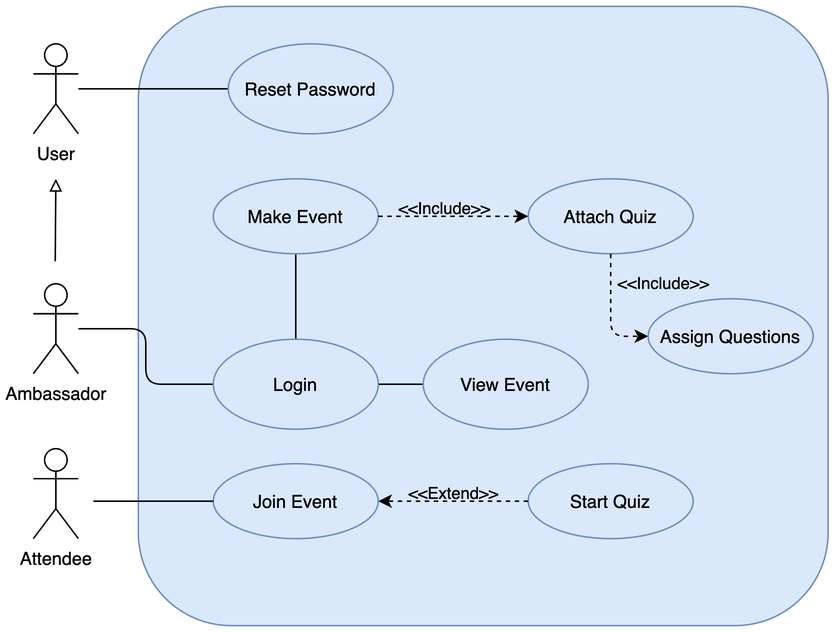
Above: ProjectDocuments/Use Case Diagram.png in revaturelabs/iRevatureQuizPro (draw.io), before the change. Source tidied: cells renumbered, new cells last; positions are measured from the earlier drawing's top-left corner, leaving out a move shared by most shapes. Its diagram source:
```xml
<mxGraphModel background="#ffffff">
  <root>
    <mxCell id="0" />
    <mxCell id="1" parent="0" />
    <mxCell id="2" style="edgeStyle=orthogonalEdgeStyle;rounded=0;orthogonalLoop=1;jettySize=auto;html=1;labelBackgroundColor=none;endArrow=block;endFill=0;" parent="1" edge="1">
      <mxGeometry relative="1" as="geometry">
        <mxPoint x="14.6" y="170" as="sourcePoint" />
        <mxPoint x="15" y="115" as="targetPoint" />
        <Array as="points">
          <mxPoint x="14.6" y="170" />
        </Array>
      </mxGeometry>
    </mxCell>
    <mxCell id="3" value="Ambassador" style="shape=umlActor;verticalLabelPosition=bottom;labelBackgroundColor=#ffffff;verticalAlign=top;html=1;outlineConnect=0;" parent="1" vertex="1">
      <mxGeometry y="185" width="30" height="60" as="geometry" />
    </mxCell>
    <mxCell id="4" style="rounded=1;whiteSpace=wrap;html=1;fillColor=#dae8fc;strokeColor=#6c8ebf;" parent="1" vertex="1">
      <mxGeometry x="70" width="460" height="413" as="geometry" />
    </mxCell>
    <mxCell id="5" style="edgeStyle=orthogonalEdgeStyle;rounded=0;jettySize=auto;html=1;exitX=0.5;exitY=0;exitDx=0;exitDy=0;labelBackgroundColor=none;endArrow=none;endFill=0;" parent="1" edge="1" source="8" target="9">
      <mxGeometry relative="1" as="geometry" />
    </mxCell>
    <mxCell id="6" style="edgeStyle=orthogonalEdgeStyle;rounded=0;jettySize=auto;html=1;labelBackgroundColor=none;endArrow=none;endFill=0;" parent="1" edge="1" source="8" target="21">
      <mxGeometry relative="1" as="geometry" />
    </mxCell>
    <mxCell id="7" style="edgeStyle=orthogonalEdgeStyle;rounded=1;jettySize=auto;html=1;exitX=0;exitY=0.5;exitDx=0;exitDy=0;labelBackgroundColor=none;endArrow=none;endFill=0;" parent="1" edge="1" source="8" target="3">
      <mxGeometry relative="1" as="geometry" />
    </mxCell>
    <mxCell id="8" value="Login" style="ellipse;whiteSpace=wrap;html=1;fillColor=#dae8fc;strokeColor=#6c8ebf;" parent="1" vertex="1">
      <mxGeometry x="120" y="222" width="110" height="60" as="geometry" />
    </mxCell>
    <mxCell id="9" value="Make Event" style="ellipse;whiteSpace=wrap;html=1;fillColor=#dae8fc;strokeColor=#6c8ebf;" parent="1" vertex="1">
      <mxGeometry x="120" y="115" width="110" height="50" as="geometry" />
    </mxCell>
    <mxCell id="10" value="Attach Quiz" style="ellipse;whiteSpace=wrap;html=1;fillColor=#dae8fc;strokeColor=#6c8ebf;" parent="1" vertex="1">
      <mxGeometry x="330" y="115" width="110" height="50" as="geometry" />
    </mxCell>
    <mxCell id="11" value="&amp;lt;&amp;lt;Include&amp;gt;&amp;gt;" style="endArrow=classic;html=1;entryX=0;entryY=0.5;entryDx=0;entryDy=0;dashed=1;labelBackgroundColor=none;" parent="1" edge="1" target="10">
      <mxGeometry x="-0.11" y="5" relative="1" as="geometry">
        <mxPoint x="230" y="140" as="sourcePoint" />
      </mxGeometry>
    </mxCell>
    <mxCell id="12" value="Start Quiz" style="ellipse;whiteSpace=wrap;html=1;fillColor=#dae8fc;strokeColor=#6c8ebf;" parent="1" vertex="1">
      <mxGeometry x="330" y="305" width="110" height="50" as="geometry" />
    </mxCell>
    <mxCell id="13" value="&amp;lt;&amp;lt;Extend&amp;gt;&amp;gt;" style="endArrow=classic;html=1;entryX=1;entryY=0.5;entryDx=0;entryDy=0;dashed=1;labelBackgroundColor=none;exitX=0;exitY=0.5;exitDx=0;exitDy=0;" parent="1" edge="1" source="12" target="14">
      <mxGeometry y="-5" relative="1" as="geometry" />
    </mxCell>
    <mxCell id="14" value="Join Event" style="ellipse;whiteSpace=wrap;html=1;fillColor=#dae8fc;strokeColor=#6c8ebf;" parent="1" vertex="1">
      <mxGeometry x="120" y="305" width="110" height="50" as="geometry" />
    </mxCell>
    <mxCell id="15" value="&amp;lt;&amp;lt;Include&amp;gt;&amp;gt;" style="endArrow=classic;html=1;dashed=1;labelBackgroundColor=none;exitX=0.5;exitY=1;exitDx=0;exitDy=0;entryX=0;entryY=0.5;entryDx=0;entryDy=0;" parent="1" edge="1" source="10" target="16">
      <mxGeometry x="1" y="36" relative="1" as="geometry">
        <Array as="points">
          <mxPoint x="385" y="220" />
        </Array>
        <mxPoint x="10" y="1" as="offset" />
      </mxGeometry>
    </mxCell>
    <mxCell id="16" value="Assign Questions" style="ellipse;whiteSpace=wrap;html=1;fillColor=#dae8fc;strokeColor=#6c8ebf;" parent="1" vertex="1">
      <mxGeometry x="410" y="195" width="110" height="50" as="geometry" />
    </mxCell>
    <mxCell id="17" value="Attendee&lt;br&gt;" style="shape=umlActor;verticalLabelPosition=bottom;labelBackgroundColor=#ffffff;verticalAlign=top;html=1;" parent="1" vertex="1">
      <mxGeometry y="295" width="30" height="60" as="geometry" />
    </mxCell>
    <mxCell id="18" style="endArrow=none;html=1;labelBackgroundColor=none;exitX=0;exitY=0.5;exitDx=0;exitDy=0;" parent="1" edge="1" source="14">
      <mxGeometry relative="1" as="geometry">
        <mxPoint x="40" y="330" as="targetPoint" />
      </mxGeometry>
    </mxCell>
    <mxCell id="19" style="edgeStyle=orthogonalEdgeStyle;rounded=1;jettySize=auto;html=1;labelBackgroundColor=none;endArrow=none;endFill=0;" parent="1" edge="1" source="20" target="22">
      <mxGeometry relative="1" as="geometry" />
    </mxCell>
    <mxCell id="20" value="User" style="shape=umlActor;verticalLabelPosition=bottom;labelBackgroundColor=#ffffff;verticalAlign=top;html=1;outlineConnect=0;" parent="1" vertex="1">
      <mxGeometry y="25" width="30" height="60" as="geometry" />
    </mxCell>
    <mxCell id="21" value="View Event" style="ellipse;whiteSpace=wrap;html=1;fillColor=#dae8fc;strokeColor=#6c8ebf;" parent="1" vertex="1">
      <mxGeometry x="260" y="222" width="110" height="60" as="geometry" />
    </mxCell>
    <mxCell id="22" value="Reset Password" style="ellipse;whiteSpace=wrap;html=1;fillColor=#dae8fc;strokeColor=#6c8ebf;" parent="1" vertex="1">
      <mxGeometry x="130" y="25" width="110" height="60" as="geometry" />
    </mxCell>
  </root>
</mxGraphModel>
```
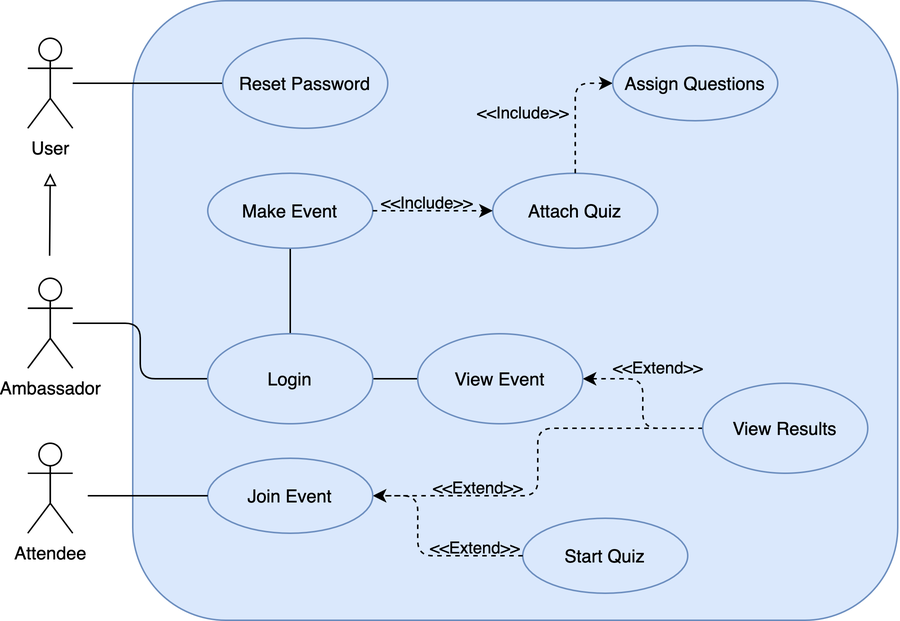
Above is the later version.

Commit message:
added date picker to date

What changed in the source:
```diff
@@ -15,7 +15,7 @@
       <mxGeometry y="185" width="30" height="60" as="geometry" />
     </mxCell>
     <mxCell id="4" style="rounded=1;whiteSpace=wrap;html=1;fillColor=#dae8fc;strokeColor=#6c8ebf;" parent="1" vertex="1">
-      <mxGeometry x="70" width="460" height="413" as="geometry" />
+      <mxGeometry x="70" width="510" height="413" as="geometry" />
     </mxCell>
     <mxCell id="5" style="edgeStyle=orthogonalEdgeStyle;rounded=0;jettySize=auto;html=1;exitX=0.5;exitY=0;exitDx=0;exitDy=0;labelBackgroundColor=none;endArrow=none;endFill=0;" parent="1" edge="1" source="8" target="9">
       <mxGeometry relative="1" as="geometry" />
@@ -33,7 +33,7 @@
       <mxGeometry x="120" y="115" width="110" height="50" as="geometry" />
     </mxCell>
     <mxCell id="10" value="Attach Quiz" style="ellipse;whiteSpace=wrap;html=1;fillColor=#dae8fc;strokeColor=#6c8ebf;" parent="1" vertex="1">
-      <mxGeometry x="330" y="115" width="110" height="50" as="geometry" />
+      <mxGeometry x="310" y="115" width="110" height="50" as="geometry" />
     </mxCell>
     <mxCell id="11" value="&amp;lt;&amp;lt;Include&amp;gt;&amp;gt;" style="endArrow=classic;html=1;entryX=0;entryY=0.5;entryDx=0;entryDy=0;dashed=1;labelBackgroundColor=none;" parent="1" edge="1" target="10">
       <mxGeometry x="-0.11" y="5" relative="1" as="geometry">
@@ -41,24 +41,28 @@
       </mxGeometry>
     </mxCell>
     <mxCell id="12" value="Start Quiz" style="ellipse;whiteSpace=wrap;html=1;fillColor=#dae8fc;strokeColor=#6c8ebf;" parent="1" vertex="1">
-      <mxGeometry x="330" y="305" width="110" height="50" as="geometry" />
+      <mxGeometry x="330" y="345" width="110" height="50" as="geometry" />
     </mxCell>
     <mxCell id="13" value="&amp;lt;&amp;lt;Extend&amp;gt;&amp;gt;" style="endArrow=classic;html=1;entryX=1;entryY=0.5;entryDx=0;entryDy=0;dashed=1;labelBackgroundColor=none;exitX=0;exitY=0.5;exitDx=0;exitDy=0;" parent="1" edge="1" source="12" target="14">
-      <mxGeometry y="-5" relative="1" as="geometry" />
+      <mxGeometry x="-0.54" y="-5" relative="1" as="geometry">
+        <Array as="points">
+          <mxPoint x="260" y="370" />
+          <mxPoint x="260" y="330" />
+        </Array>
+      </mxGeometry>
     </mxCell>
     <mxCell id="14" value="Join Event" style="ellipse;whiteSpace=wrap;html=1;fillColor=#dae8fc;strokeColor=#6c8ebf;" parent="1" vertex="1">
       <mxGeometry x="120" y="305" width="110" height="50" as="geometry" />
     </mxCell>
-    <mxCell id="15" value="&amp;lt;&amp;lt;Include&amp;gt;&amp;gt;" style="endArrow=classic;html=1;dashed=1;labelBackgroundColor=none;exitX=0.5;exitY=1;exitDx=0;exitDy=0;entryX=0;entryY=0.5;entryDx=0;entryDy=0;" parent="1" edge="1" source="10" target="16">
-      <mxGeometry x="1" y="36" relative="1" as="geometry">
+    <mxCell id="15" value="&amp;lt;&amp;lt;Include&amp;gt;&amp;gt;" style="endArrow=classic;html=1;dashed=1;labelBackgroundColor=none;exitX=0.5;exitY=0;exitDx=0;exitDy=0;entryX=0;entryY=0.5;entryDx=0;entryDy=0;" parent="1" edge="1" source="10" target="16">
+      <mxGeometry x="-0.06" y="35" relative="1" as="geometry">
         <Array as="points">
-          <mxPoint x="385" y="220" />
+          <mxPoint x="365" y="55" />
         </Array>
-        <mxPoint x="10" y="1" as="offset" />
       </mxGeometry>
     </mxCell>
     <mxCell id="16" value="Assign Questions" style="ellipse;whiteSpace=wrap;html=1;fillColor=#dae8fc;strokeColor=#6c8ebf;" parent="1" vertex="1">
-      <mxGeometry x="410" y="195" width="110" height="50" as="geometry" />
+      <mxGeometry x="390" y="30" width="110" height="50" as="geometry" />
     </mxCell>
     <mxCell id="17" value="Attendee&lt;br&gt;" style="shape=umlActor;verticalLabelPosition=bottom;labelBackgroundColor=#ffffff;verticalAlign=top;html=1;" parent="1" vertex="1">
       <mxGeometry y="295" width="30" height="60" as="geometry" />
@@ -74,11 +78,22 @@
     <mxCell id="20" value="User" style="shape=umlActor;verticalLabelPosition=bottom;labelBackgroundColor=#ffffff;verticalAlign=top;html=1;outlineConnect=0;" parent="1" vertex="1">
       <mxGeometry y="25" width="30" height="60" as="geometry" />
     </mxCell>
+    <mxCell id="23" value="&amp;lt;&amp;lt;Extend&amp;gt;&amp;gt;" style="edgeStyle=orthogonalEdgeStyle;jettySize=auto;html=1;entryX=0;entryY=0.5;entryDx=0;entryDy=0;endArrow=none;endFill=0;dashed=1;labelBackgroundColor=none;startArrow=classic;startFill=1;rounded=1;" parent="1" edge="1" source="21" target="25">
+      <mxGeometry x="-0.29" y="12" relative="1" as="geometry">
+        <mxPoint x="-2" y="-7" as="offset" />
+      </mxGeometry>
+    </mxCell>
     <mxCell id="21" value="View Event" style="ellipse;whiteSpace=wrap;html=1;fillColor=#dae8fc;strokeColor=#6c8ebf;" parent="1" vertex="1">
       <mxGeometry x="260" y="222" width="110" height="60" as="geometry" />
     </mxCell>
     <mxCell id="22" value="Reset Password" style="ellipse;whiteSpace=wrap;html=1;fillColor=#dae8fc;strokeColor=#6c8ebf;" parent="1" vertex="1">
       <mxGeometry x="130" y="25" width="110" height="60" as="geometry" />
     </mxCell>
+    <mxCell id="24" value="&amp;lt;&amp;lt;Extend&amp;gt;&amp;gt;" style="edgeStyle=orthogonalEdgeStyle;rounded=1;jettySize=auto;html=1;dashed=1;labelBackgroundColor=none;startArrow=none;startFill=0;endArrow=none;endFill=0;" parent="1" edge="1" source="25" target="14">
+      <mxGeometry x="0.47" y="-5" relative="1" as="geometry" />
+    </mxCell>
+    <mxCell id="25" value="View Results" style="ellipse;whiteSpace=wrap;html=1;fillColor=#dae8fc;strokeColor=#6c8ebf;" parent="1" vertex="1">
+      <mxGeometry x="450" y="255" width="110" height="60" as="geometry" />
+    </mxCell>
   </root>
 </mxGraphModel>
```
